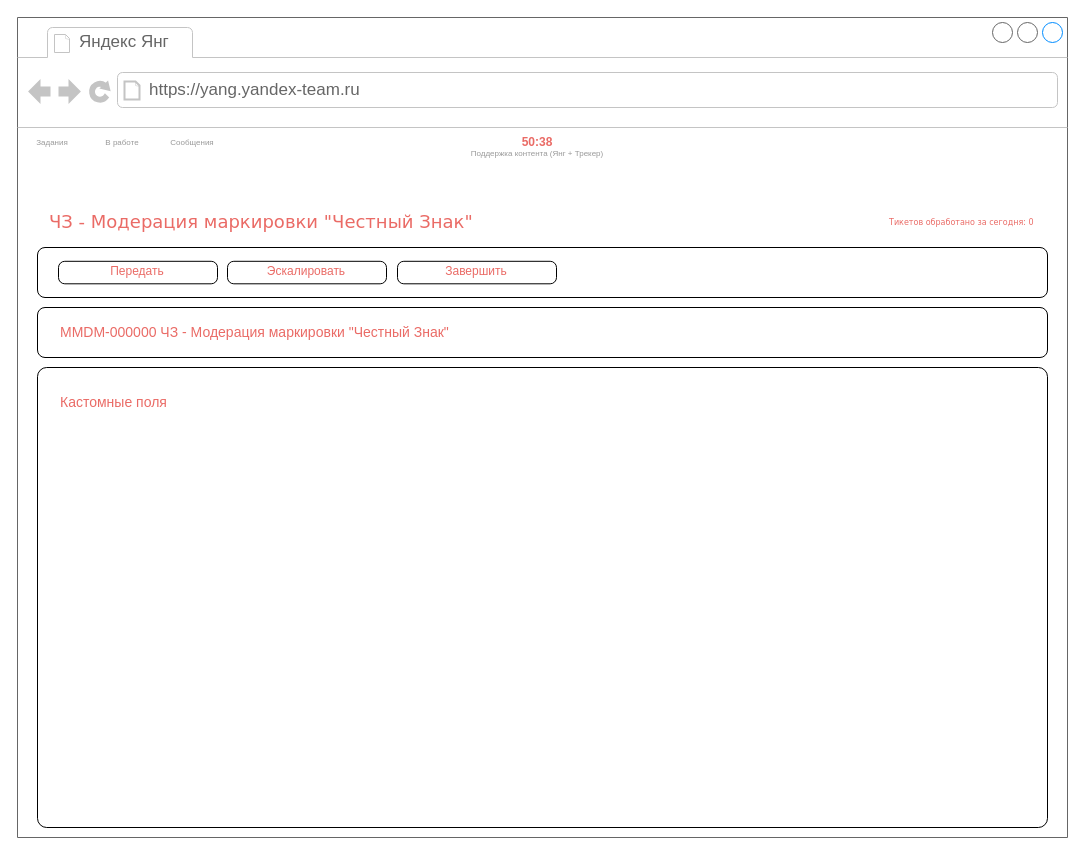
Earlier version of the draw.io diagram sup_task.drawio (xasv1k/yndx). Source tidied: cells renumbered, new cells numbered last; positions are measured from the earlier drawing's top-left corner, leaving out a move shared by most shapes. Both pictures are drawn from the tidied source at 100%, with x=0, y=0 at pixel (17, 17).
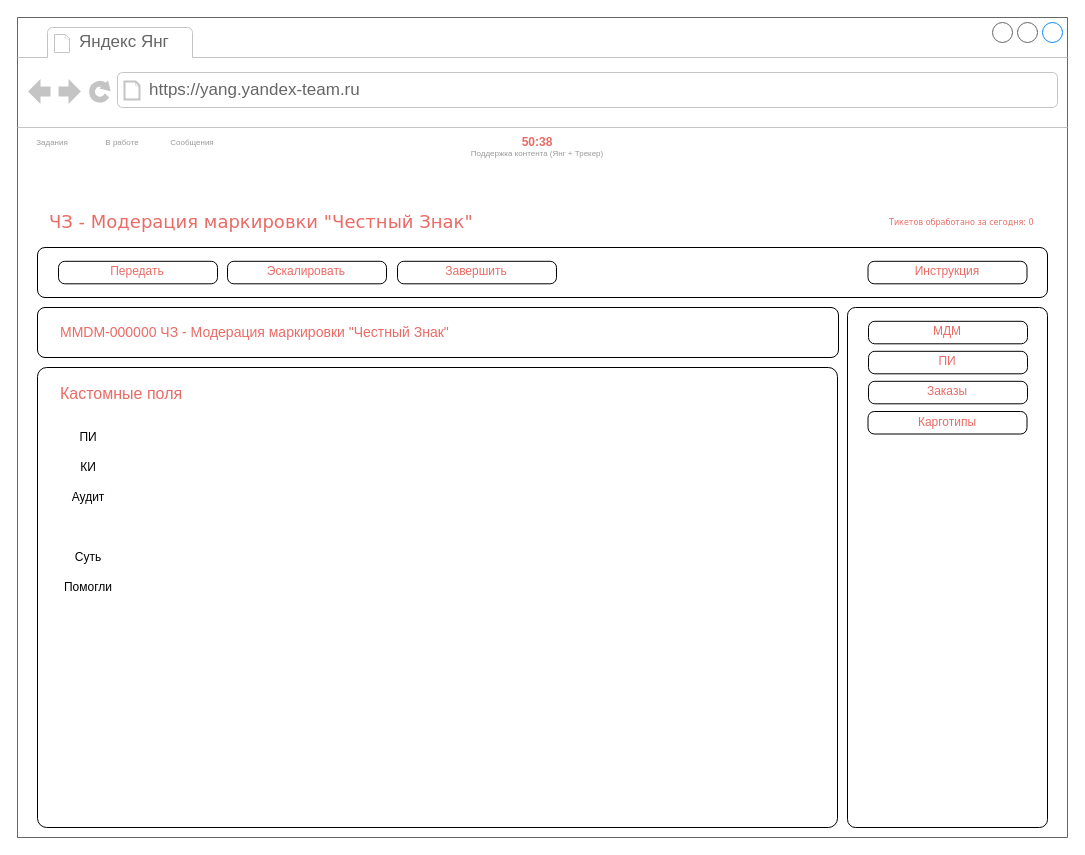
The same diagram, later.

The change refers to these unchanged cells:
```xml
<mxCell id="2" style="strokeWidth=1;shadow=0;dashed=0;align=center;html=1;shape=mxgraph.mockup.containers.browserWindow;rSize=0;strokeColor=#666666;mainText=,;rounded=0;labelBackgroundColor=none;fontFamily=Verdana;fontSize=12;" parent="1" vertex="1">
  <mxGeometry width="1050" height="820" as="geometry" />
</mxCell>
```

Change to the diagram source:
```diff
@@
     <mxCell id="22" style="rounded=1;whiteSpace=wrap;html=1;arcSize=2;" parent="2" vertex="1">
-      <mxGeometry x="20" y="350" width="1010" height="460" as="geometry" />
+      <mxGeometry x="20" y="350" width="800" height="460" as="geometry" />
     </mxCell>
-    <mxCell id="23" value="Кастомные поля" style="text;html=1;align=left;verticalAlign=top;whiteSpace=wrap;rounded=0;fontSize=14;fontColor=#EA6B66;" parent="2" vertex="1">
-      <mxGeometry x="41" y="370" width="500" height="30" as="geometry" />
+    <mxCell id="23" value="Кастомные поля" style="text;html=1;align=left;verticalAlign=top;whiteSpace=wrap;rounded=0;fontSize=16;fontColor=#EA6B66;" parent="2" vertex="1">
+      <mxGeometry x="41" y="360" width="500" height="30" as="geometry" />
     </mxCell>
+    <mxCell id="26" style="rounded=1;whiteSpace=wrap;html=1;arcSize=4;" parent="2" vertex="1">
+      <mxGeometry x="830" y="290" width="200" height="520" as="geometry" />
+    </mxCell>
+    <mxCell id="27" style="rounded=1;whiteSpace=wrap;html=1;arcSize=28;" parent="2" vertex="1">
+      <mxGeometry x="850.5" y="394" width="159" height="22.5" as="geometry" />
+    </mxCell>
+    <mxCell id="28" value="Карготипы" style="text;html=1;align=center;verticalAlign=middle;whiteSpace=wrap;rounded=0;fontColor=#EA6B66;" parent="2" vertex="1">
+      <mxGeometry x="859.5" y="395.2" width="140" height="18.8" as="geometry" />
+    </mxCell>
+    <mxCell id="29" style="rounded=1;whiteSpace=wrap;html=1;arcSize=28;" parent="2" vertex="1">
+      <mxGeometry x="850.5" y="243.8" width="159" height="22.5" as="geometry" />
+    </mxCell>
+    <mxCell id="30" value="Инструкция" style="text;html=1;align=center;verticalAlign=middle;whiteSpace=wrap;rounded=0;fontColor=#EA6B66;" parent="2" vertex="1">
+      <mxGeometry x="859.5" y="245" width="140" height="18.8" as="geometry" />
+    </mxCell>
+    <mxCell id="31" value="ПИ" style="text;html=1;align=center;verticalAlign=middle;whiteSpace=wrap;rounded=0;" parent="2" vertex="1">
+      <mxGeometry x="41" y="405" width="60" height="30" as="geometry" />
+    </mxCell>
+    <mxCell id="32" value="КИ" style="text;html=1;align=center;verticalAlign=middle;whiteSpace=wrap;rounded=0;" parent="2" vertex="1">
+      <mxGeometry x="41" y="435" width="60" height="30" as="geometry" />
+    </mxCell>
+    <mxCell id="33" value="Аудит" style="text;html=1;align=center;verticalAlign=middle;whiteSpace=wrap;rounded=0;" parent="2" vertex="1">
+      <mxGeometry x="41" y="465" width="60" height="30" as="geometry" />
+    </mxCell>
+    <mxCell id="34" value="Суть" style="text;html=1;align=center;verticalAlign=middle;whiteSpace=wrap;rounded=0;" parent="2" vertex="1">
+      <mxGeometry x="41" y="525" width="60" height="30" as="geometry" />
+    </mxCell>
+    <mxCell id="35" value="Помогли" style="text;html=1;align=center;verticalAlign=middle;whiteSpace=wrap;rounded=0;" parent="2" vertex="1">
+      <mxGeometry x="41" y="555" width="60" height="30" as="geometry" />
+    </mxCell>
     <mxCell id="24" style="rounded=1;whiteSpace=wrap;html=1;" parent="1" vertex="1">
-      <mxGeometry x="20" y="290" width="1010" height="50" as="geometry" />
+      <mxGeometry x="20" y="290" width="801" height="50" as="geometry" />
     </mxCell>
+    <mxCell id="36" style="rounded=1;whiteSpace=wrap;html=1;arcSize=28;" parent="1" vertex="1">
+      <mxGeometry x="851" y="303.8" width="159" height="22.5" as="geometry" />
+    </mxCell>
+    <mxCell id="37" value="МДМ" style="text;html=1;align=center;verticalAlign=middle;whiteSpace=wrap;rounded=0;fontColor=#EA6B66;" parent="1" vertex="1">
+      <mxGeometry x="860" y="305" width="140" height="18.8" as="geometry" />
+    </mxCell>
@@
+    <mxCell id="38" style="rounded=1;whiteSpace=wrap;html=1;arcSize=28;" parent="1" vertex="1">
+      <mxGeometry x="851" y="363.8" width="159" height="22.5" as="geometry" />
+    </mxCell>
+    <mxCell id="39" value="Заказы" style="text;html=1;align=center;verticalAlign=middle;whiteSpace=wrap;rounded=0;fontColor=#EA6B66;" parent="1" vertex="1">
+      <mxGeometry x="860" y="365" width="140" height="18.8" as="geometry" />
+    </mxCell>
+    <mxCell id="40" style="rounded=1;whiteSpace=wrap;html=1;arcSize=28;" parent="1" vertex="1">
+      <mxGeometry x="851" y="333.8" width="159" height="22.5" as="geometry" />
+    </mxCell>
+    <mxCell id="41" value="ПИ" style="text;html=1;align=center;verticalAlign=middle;whiteSpace=wrap;rounded=0;fontColor=#EA6B66;" parent="1" vertex="1">
+      <mxGeometry x="860" y="335" width="140" height="18.8" as="geometry" />
+    </mxCell>
```
